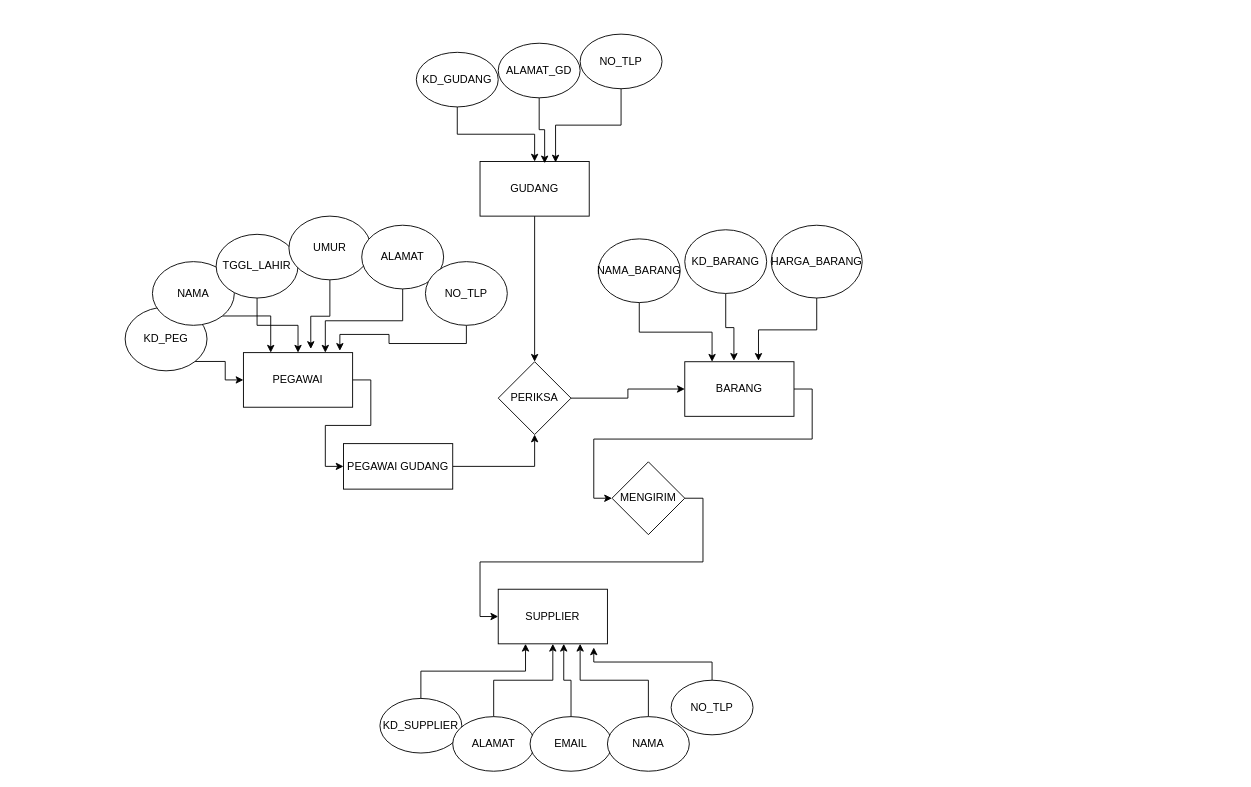
This is Untitled Diagram.drawio from yunas195/yunas, a draw.io file, before an edit. Source tidied: cells renumbered, new cells numbered last; positions are measured from the earlier drawing's top-left corner, leaving out a move shared by most shapes. Both pictures are drawn from the tidied source at 91%, with x=0, y=0 at pixel (125, 34).
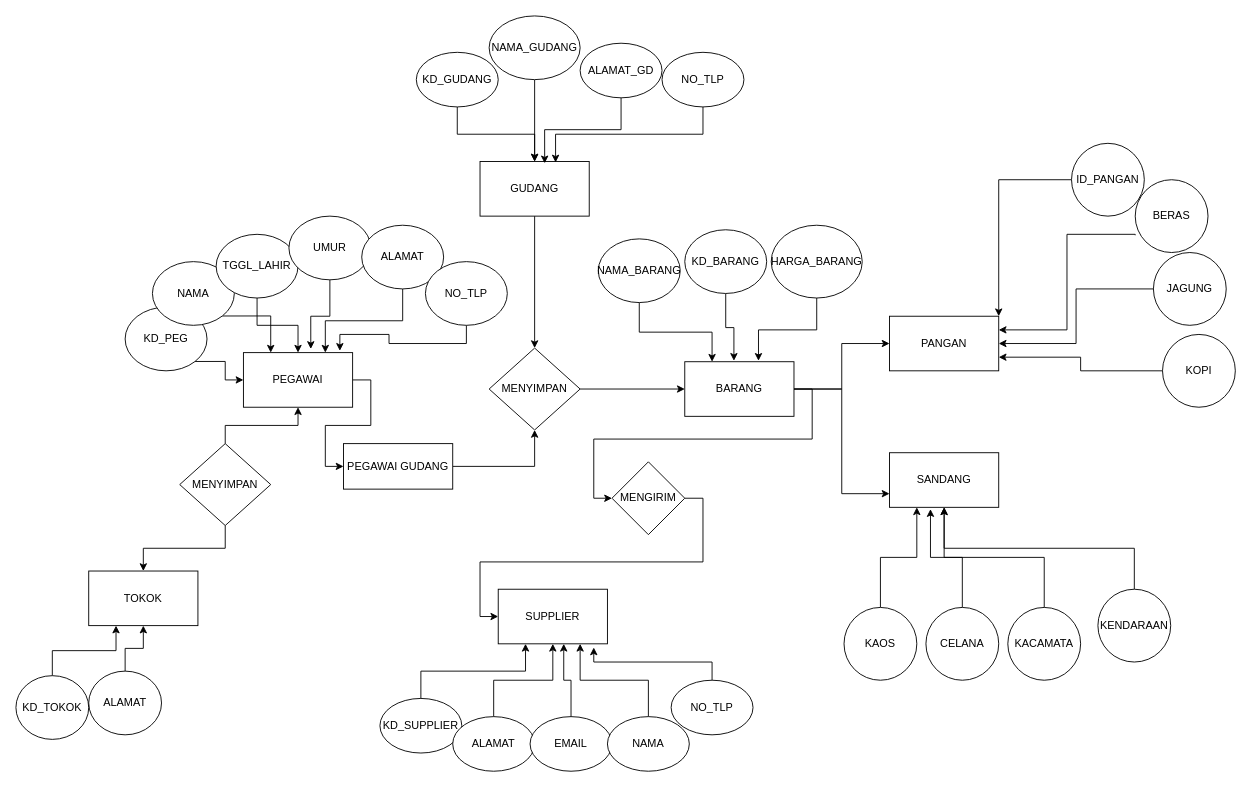
After the change.

The change refers to these unchanged cells:
```xml
<mxCell id="5" value="PEGAWAI" style="rounded=0;whiteSpace=wrap;html=1;" parent="1" vertex="1">
  <mxGeometry x="130" y="350" width="120" height="60" as="geometry" />
</mxCell>
<mxCell id="21" value="BARANG" style="rounded=0;whiteSpace=wrap;html=1;" parent="1" vertex="1">
  <mxGeometry x="615" y="360" width="120" height="60" as="geometry" />
</mxCell>
<mxCell id="42" value="GUDANG" style="rounded=0;whiteSpace=wrap;html=1;" parent="1" vertex="1">
  <mxGeometry x="390" y="140" width="120" height="60" as="geometry" />
</mxCell>
```

Diff of the diagram source:
```diff
@@
-    <mxCell id="19" value="PERIKSA" style="rhombus;whiteSpace=wrap;html=1;" parent="1" vertex="1">
-      <mxGeometry x="410" y="360" width="80" height="80" as="geometry" />
+    <mxCell id="19" value="MENYIMPAN" style="rhombus;whiteSpace=wrap;html=1;" parent="1" vertex="1">
+      <mxGeometry x="400" y="345" width="100" height="90" as="geometry" />
     </mxCell>
@@
+    <mxCell id="49" style="edgeStyle=orthogonalEdgeStyle;rounded=0;jettySize=auto;html=1;exitX=1;exitY=0.5;exitDx=0;exitDy=0;entryX=0;entryY=0.75;entryDx=0;entryDy=0;" parent="1" edge="1" source="21" target="52">
+      <mxGeometry relative="1" as="geometry" />
+    </mxCell>
+    <mxCell id="50" style="edgeStyle=orthogonalEdgeStyle;rounded=0;jettySize=auto;html=1;exitX=1;exitY=0.5;exitDx=0;exitDy=0;" parent="1" edge="1" source="21" target="51">
+      <mxGeometry relative="1" as="geometry" />
+    </mxCell>
@@
     <mxCell id="46" value="ALAMAT_GD" style="ellipse;whiteSpace=wrap;html=1;" parent="1" vertex="1">
-      <mxGeometry x="410" y="10" width="90" height="60" as="geometry" />
+      <mxGeometry x="500" y="10" width="90" height="60" as="geometry" />
     </mxCell>
@@
     <mxCell id="48" value="NO_TLP" style="ellipse;whiteSpace=wrap;html=1;" parent="1" vertex="1">
-      <mxGeometry x="500" width="90" height="60" as="geometry" />
+      <mxGeometry x="590" y="20" width="90" height="60" as="geometry" />
     </mxCell>
+    <mxCell id="51" value="PANGAN" style="rounded=0;whiteSpace=wrap;html=1;" parent="1" vertex="1">
+      <mxGeometry x="840" y="310" width="120" height="60" as="geometry" />
+    </mxCell>
+    <mxCell id="52" value="SANDANG" style="rounded=0;whiteSpace=wrap;html=1;" parent="1" vertex="1">
+      <mxGeometry x="840" y="460" width="120" height="60" as="geometry" />
+    </mxCell>
+    <mxCell id="53" style="edgeStyle=orthogonalEdgeStyle;rounded=0;jettySize=auto;html=1;exitX=0;exitY=0.5;exitDx=0;exitDy=0;entryX=1;entryY=0;entryDx=0;entryDy=0;" parent="1" edge="1" source="54" target="51">
+      <mxGeometry relative="1" as="geometry" />
+    </mxCell>
+    <mxCell id="54" value="ID_PANGAN" style="ellipse;whiteSpace=wrap;html=1;" parent="1" vertex="1">
+      <mxGeometry x="1040" y="120" width="80" height="80" as="geometry" />
+    </mxCell>
+    <mxCell id="55" style="edgeStyle=orthogonalEdgeStyle;rounded=0;jettySize=auto;html=1;exitX=0;exitY=0.763;exitDx=0;exitDy=0;entryX=1;entryY=0.25;entryDx=0;entryDy=0;exitPerimeter=0;" parent="1" edge="1" source="56" target="51">
+      <mxGeometry relative="1" as="geometry">
+        <Array as="points">
+          <mxPoint x="1110" y="220" />
+          <mxPoint x="1035" y="220" />
+          <mxPoint x="1035" y="325" />
+        </Array>
+      </mxGeometry>
+    </mxCell>
+    <mxCell id="56" value="BERAS" style="ellipse;whiteSpace=wrap;html=1;" parent="1" vertex="1">
+      <mxGeometry x="1110" y="160" width="80" height="80" as="geometry" />
+    </mxCell>
+    <mxCell id="57" style="edgeStyle=orthogonalEdgeStyle;rounded=0;jettySize=auto;html=1;exitX=0;exitY=0.5;exitDx=0;exitDy=0;" parent="1" edge="1" source="58" target="51">
+      <mxGeometry relative="1" as="geometry" />
+    </mxCell>
+    <mxCell id="58" value="JAGUNG" style="ellipse;whiteSpace=wrap;html=1;" parent="1" vertex="1">
+      <mxGeometry x="1130" y="240" width="80" height="80" as="geometry" />
+    </mxCell>
+    <mxCell id="59" style="edgeStyle=orthogonalEdgeStyle;rounded=0;jettySize=auto;html=1;exitX=0;exitY=0.5;exitDx=0;exitDy=0;entryX=1;entryY=0.75;entryDx=0;entryDy=0;" parent="1" edge="1" source="60" target="51">
+      <mxGeometry relative="1" as="geometry" />
+    </mxCell>
+    <mxCell id="60" value="KOPI" style="ellipse;whiteSpace=wrap;html=1;" parent="1" vertex="1">
+      <mxGeometry x="1140" y="330" width="80" height="80" as="geometry" />
+    </mxCell>
+    <mxCell id="61" style="edgeStyle=orthogonalEdgeStyle;rounded=0;jettySize=auto;html=1;exitX=0.5;exitY=0;exitDx=0;exitDy=0;entryX=0.25;entryY=1;entryDx=0;entryDy=0;" parent="1" edge="1" source="62" target="52">
+      <mxGeometry relative="1" as="geometry" />
+    </mxCell>
+    <mxCell id="62" value="KAOS" style="ellipse;whiteSpace=wrap;html=1;" parent="1" vertex="1">
+      <mxGeometry x="790" y="630" width="80" height="80" as="geometry" />
+    </mxCell>
+    <mxCell id="63" style="edgeStyle=orthogonalEdgeStyle;rounded=0;jettySize=auto;html=1;exitX=0.5;exitY=0;exitDx=0;exitDy=0;entryX=0.375;entryY=1.033;entryDx=0;entryDy=0;entryPerimeter=0;" parent="1" edge="1" source="64" target="52">
+      <mxGeometry relative="1" as="geometry" />
+    </mxCell>
+    <mxCell id="64" value="CELANA" style="ellipse;whiteSpace=wrap;html=1;" parent="1" vertex="1">
+      <mxGeometry x="880" y="630" width="80" height="80" as="geometry" />
+    </mxCell>
+    <mxCell id="65" style="edgeStyle=orthogonalEdgeStyle;rounded=0;jettySize=auto;html=1;exitX=0.5;exitY=0;exitDx=0;exitDy=0;entryX=0.5;entryY=1;entryDx=0;entryDy=0;" parent="1" edge="1" source="66" target="52">
+      <mxGeometry relative="1" as="geometry" />
+    </mxCell>
+    <mxCell id="66" value="KACAMATA" style="ellipse;whiteSpace=wrap;html=1;" parent="1" vertex="1">
+      <mxGeometry x="970" y="630" width="80" height="80" as="geometry" />
+    </mxCell>
+    <mxCell id="67" style="edgeStyle=orthogonalEdgeStyle;rounded=0;jettySize=auto;html=1;exitX=0.5;exitY=0;exitDx=0;exitDy=0;entryX=0.5;entryY=1;entryDx=0;entryDy=0;" parent="1" edge="1" source="68" target="52">
+      <mxGeometry relative="1" as="geometry" />
+    </mxCell>
+    <mxCell id="68" value="KENDARAAN" style="ellipse;whiteSpace=wrap;html=1;" parent="1" vertex="1">
+      <mxGeometry x="1069" y="610" width="80" height="80" as="geometry" />
+    </mxCell>
+    <mxCell id="69" style="edgeStyle=orthogonalEdgeStyle;rounded=0;jettySize=auto;html=1;" parent="1" edge="1" source="70" target="42">
+      <mxGeometry relative="1" as="geometry" />
+    </mxCell>
+    <mxCell id="70" value="NAMA_GUDANG" style="ellipse;whiteSpace=wrap;html=1;" parent="1" vertex="1">
+      <mxGeometry x="400" y="-20" width="100" height="70" as="geometry" />
+    </mxCell>
+    <mxCell id="71" value="TOKOK" style="rounded=0;whiteSpace=wrap;html=1;" parent="1" vertex="1">
+      <mxGeometry x="-40" y="590" width="120" height="60" as="geometry" />
+    </mxCell>
+    <mxCell id="72" style="edgeStyle=orthogonalEdgeStyle;rounded=0;jettySize=auto;html=1;exitX=0.5;exitY=0;exitDx=0;exitDy=0;entryX=0.5;entryY=1;entryDx=0;entryDy=0;" parent="1" edge="1" source="74" target="5">
+      <mxGeometry relative="1" as="geometry" />
+    </mxCell>
+    <mxCell id="73" style="edgeStyle=orthogonalEdgeStyle;rounded=0;jettySize=auto;html=1;exitX=0.5;exitY=1;exitDx=0;exitDy=0;entryX=0.5;entryY=0;entryDx=0;entryDy=0;" parent="1" edge="1" source="74" target="71">
+      <mxGeometry relative="1" as="geometry" />
+    </mxCell>
+    <mxCell id="74" value="MENYIMPAN" style="rhombus;whiteSpace=wrap;html=1;" parent="1" vertex="1">
+      <mxGeometry x="60" y="450" width="100" height="90" as="geometry" />
+    </mxCell>
+    <mxCell id="75" style="edgeStyle=orthogonalEdgeStyle;rounded=0;jettySize=auto;html=1;exitX=0.5;exitY=0;exitDx=0;exitDy=0;entryX=0.25;entryY=1;entryDx=0;entryDy=0;" parent="1" edge="1" source="76" target="71">
+      <mxGeometry relative="1" as="geometry" />
+    </mxCell>
+    <mxCell id="76" value="KD_TOKOK" style="ellipse;whiteSpace=wrap;html=1;" parent="1" vertex="1">
+      <mxGeometry x="-120" y="705" width="80" height="70" as="geometry" />
+    </mxCell>
+    <mxCell id="77" style="edgeStyle=orthogonalEdgeStyle;rounded=0;jettySize=auto;html=1;exitX=0.5;exitY=0;exitDx=0;exitDy=0;entryX=0.5;entryY=1;entryDx=0;entryDy=0;" parent="1" edge="1" source="78" target="71">
+      <mxGeometry relative="1" as="geometry" />
+    </mxCell>
+    <mxCell id="78" value="ALAMAT" style="ellipse;whiteSpace=wrap;html=1;" parent="1" vertex="1">
+      <mxGeometry x="-40" y="700" width="80" height="70" as="geometry" />
+    </mxCell>
```
